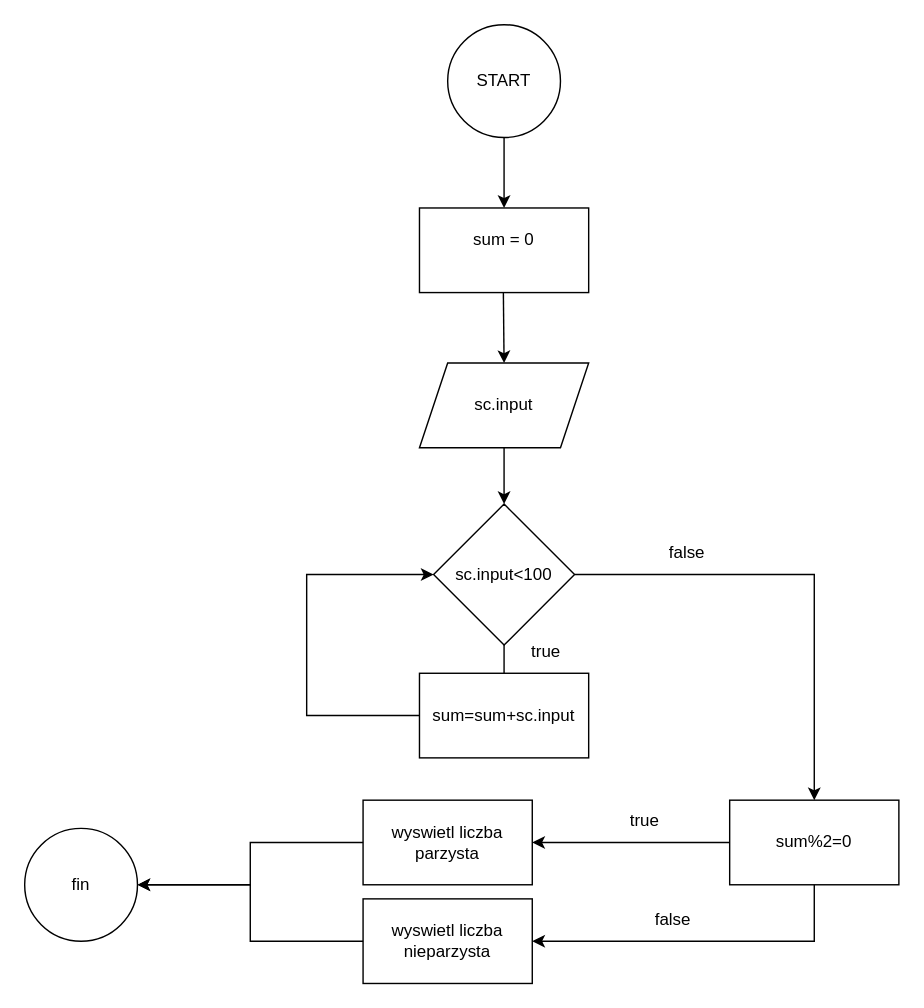
Brodaxer/AlgorytmikaZ1 keeps this draw.io diagram as Diagram bez tytułu.drawio. Above is the earlier version. Source tidied: cells renumbered, new cells numbered last; positions are measured from the earlier drawing's top-left corner, leaving out a move shared by most shapes. Both pictures are drawn from the tidied source at 141%, with x=0, y=0 at pixel (24, 24).
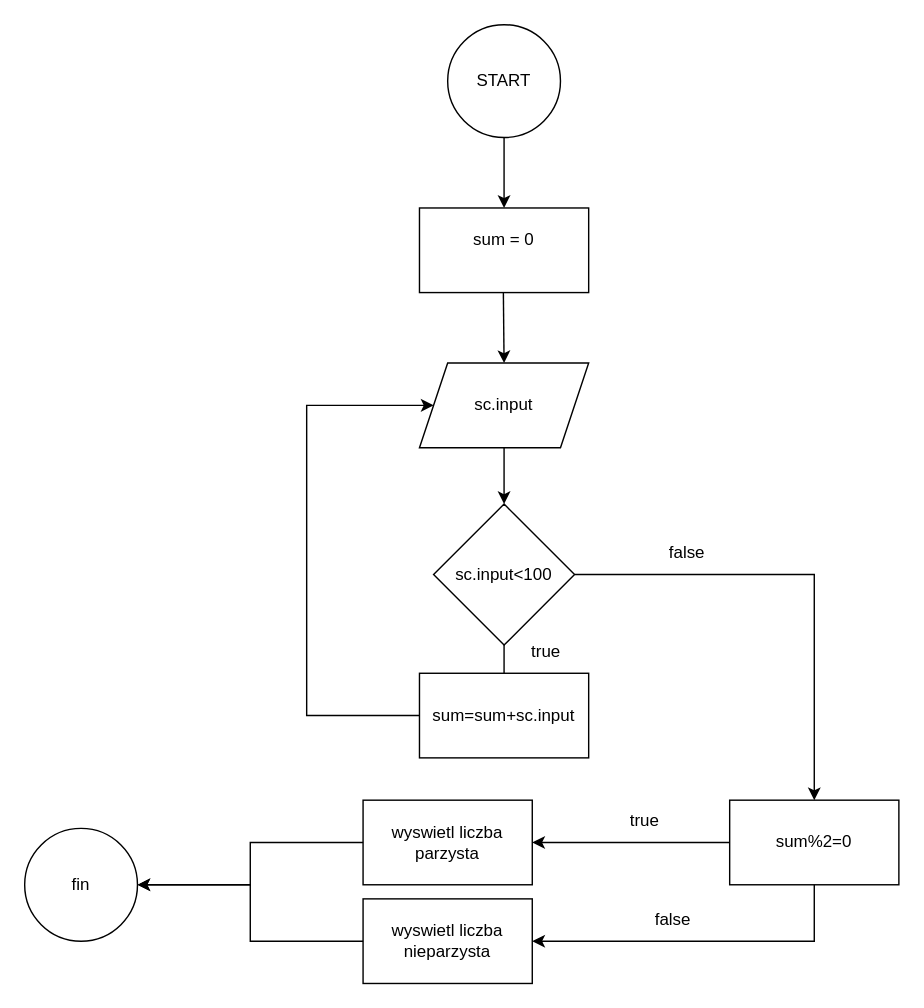
The same page after the edit.

Unchanged cells that the change refers to:
```xml
<mxCell id="5" value="sc.input" style="shape=parallelogram;perimeter=parallelogramPerimeter;whiteSpace=wrap;html=1;fixedSize=1;" parent="1" vertex="1">
  <mxGeometry x="280" y="240" width="120" height="60" as="geometry" />
</mxCell>
<mxCell id="7" value="sc.input&amp;lt;100" style="rhombus;whiteSpace=wrap;html=1;" parent="1" vertex="1">
  <mxGeometry x="290" y="340" width="100" height="100" as="geometry" />
</mxCell>
<mxCell id="11" value="sum=sum+sc.input" style="rounded=0;whiteSpace=wrap;html=1;" parent="1" vertex="1">
  <mxGeometry x="280" y="460" width="120" height="60" as="geometry" />
</mxCell>
```

What changed in the source:
```diff
@@
-    <mxCell id="12" style="endArrow=classic;html=1;rounded=0;exitX=0;exitY=0.5;exitDx=0;exitDy=0;entryX=0;entryY=0.5;entryDx=0;entryDy=0;" parent="1" edge="1" source="11" target="7">
+    <mxCell id="12" style="endArrow=classic;html=1;rounded=0;exitX=0;exitY=0.5;exitDx=0;exitDy=0;entryX=0;entryY=0.5;entryDx=0;entryDy=0;" parent="1" edge="1" source="11" target="5">
       <mxGeometry relative="1" as="geometry">
         <Array as="points">
           <mxPoint x="200" y="490" />
           <mxPoint x="200" y="390" />
+          <mxPoint x="200" y="270" />
         </Array>
       </mxGeometry>
     </mxCell>
```
